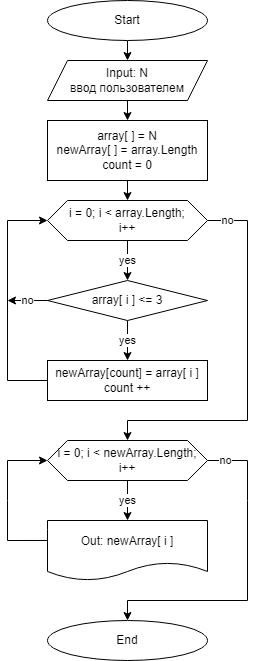
Before: BlockDiagram.drawio.png, a diagram exported from draw.io (OlgaPopovaHappy/The-result-of-the-first-block). Source tidied: cells renumbered, new cells last; positions are measured from the earlier drawing's top-left corner, leaving out a move shared by most shapes.
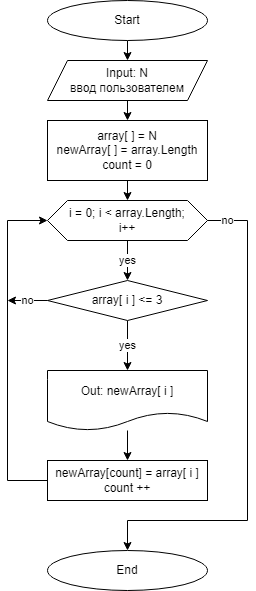
After the commit.

What changed in the source:
```diff
@@ -23,7 +23,7 @@
     <mxCell id="8" value="yes" style="edgeStyle=none;html=1;exitX=0.5;exitY=1;exitDx=0;exitDy=0;" parent="1" edge="1" source="15" target="11">
       <mxGeometry relative="1" as="geometry" />
     </mxCell>
-    <mxCell id="9" value="yes" style="edgeStyle=none;html=1;" parent="1" edge="1" source="11" target="13">
+    <mxCell id="9" value="yes" style="edgeStyle=none;html=1;exitX=0.5;exitY=1;exitDx=0;exitDy=0;entryX=0.5;entryY=0;entryDx=0;entryDy=0;" parent="1" edge="1" source="11" target="20">
       <mxGeometry relative="1" as="geometry" />
     </mxCell>
     <mxCell id="10" value="no" style="edgeStyle=none;html=1;" parent="1" edge="1" source="11">
@@ -37,56 +37,34 @@
     <mxCell id="12" style="edgeStyle=none;html=1;exitX=0;exitY=0.5;exitDx=0;exitDy=0;entryX=0;entryY=0.5;entryDx=0;entryDy=0;rounded=0;" parent="1" edge="1" source="13" target="15">
       <mxGeometry relative="1" as="geometry">
         <Array as="points">
-          <mxPoint y="380" />
+          <mxPoint y="480" />
           <mxPoint y="220" />
         </Array>
       </mxGeometry>
     </mxCell>
     <mxCell id="13" value="newArray[count] = array[ i ]&lt;br&gt;count ++" style="whiteSpace=wrap;html=1;" parent="1" vertex="1">
-      <mxGeometry x="40" y="360" width="160" height="40" as="geometry" />
+      <mxGeometry x="40" y="460" width="160" height="40" as="geometry" />
     </mxCell>
-    <mxCell id="14" value="no" style="edgeStyle=none;html=1;entryX=0.5;entryY=0;entryDx=0;entryDy=0;rounded=0;" parent="1" edge="1" source="15" target="18">
-      <mxGeometry x="-0.89" relative="1" as="geometry">
-        <Array as="points">
-          <mxPoint x="240" y="220" />
-          <mxPoint x="240" y="420" />
-          <mxPoint x="120" y="420" />
-        </Array>
-      </mxGeometry>
-    </mxCell>
     <mxCell id="15" value="&lt;span&gt;i = 0;&amp;nbsp;&lt;/span&gt;i &amp;lt; array.Length;&lt;br&gt;i++" style="shape=hexagon;perimeter=hexagonPerimeter2;whiteSpace=wrap;html=1;fixedSize=1;" parent="1" vertex="1">
       <mxGeometry x="40" y="200" width="160" height="40" as="geometry" />
     </mxCell>
-    <mxCell id="16" value="yes" style="edgeStyle=none;html=1;" parent="1" edge="1" source="18" target="20">
-      <mxGeometry relative="1" as="geometry" />
-    </mxCell>
-    <mxCell id="17" value="no" style="edgeStyle=none;html=1;entryX=0.5;entryY=0;entryDx=0;entryDy=0;rounded=0;" parent="1" edge="1" source="18" target="21">
-      <mxGeometry x="-0.89" relative="1" as="geometry">
-        <Array as="points">
-          <mxPoint x="240" y="460" />
-          <mxPoint x="240" y="500" />
-          <mxPoint x="240" y="600" />
-          <mxPoint x="120" y="600" />
-        </Array>
-      </mxGeometry>
-    </mxCell>
-    <mxCell id="18" value="&lt;span&gt;i = 0;&amp;nbsp;&lt;/span&gt;i &amp;lt; newArray.Length;&lt;br&gt;i++" style="shape=hexagon;perimeter=hexagonPerimeter2;whiteSpace=wrap;html=1;fixedSize=1;" parent="1" vertex="1">
-      <mxGeometry x="40" y="440" width="160" height="40" as="geometry" />
-    </mxCell>
-    <mxCell id="19" style="edgeStyle=none;html=1;entryX=0;entryY=0.5;entryDx=0;entryDy=0;exitX=0;exitY=0.333;exitDx=0;exitDy=0;exitPerimeter=0;rounded=0;" parent="1" edge="1" source="20" target="18">
-      <mxGeometry relative="1" as="geometry">
-        <Array as="points">
-          <mxPoint y="540" />
-          <mxPoint y="500" />
-          <mxPoint y="460" />
-        </Array>
-      </mxGeometry>
-    </mxCell>
+    <mxCell id="21" value="End" style="ellipse;whiteSpace=wrap;html=1;" parent="1" vertex="1">
+      <mxGeometry x="40" y="550" width="160" height="40" as="geometry" />
+    </mxCell>
+    <mxCell id="22" style="edgeStyle=none;html=1;" parent="1" edge="1" source="20" target="13">
+      <mxGeometry relative="1" as="geometry" />
+    </mxCell>
     <mxCell id="20" value="Out: newArray[ i ]" style="shape=document;whiteSpace=wrap;html=1;boundedLbl=1;" parent="1" vertex="1">
-      <mxGeometry x="40" y="520" width="160" height="60" as="geometry" />
+      <mxGeometry x="40" y="370" width="160" height="60" as="geometry" />
     </mxCell>
-    <mxCell id="21" value="End" style="ellipse;whiteSpace=wrap;html=1;" parent="1" vertex="1">
-      <mxGeometry x="40" y="620" width="160" height="40" as="geometry" />
-    </mxCell>
+    <mxCell id="23" value="no" style="edgeStyle=none;html=1;exitX=1;exitY=0.5;exitDx=0;exitDy=0;entryX=0.5;entryY=0;entryDx=0;entryDy=0;rounded=0;" parent="1" edge="1" source="15" target="21">
+      <mxGeometry x="-0.92" relative="1" as="geometry">
+        <Array as="points">
+          <mxPoint x="240" y="220" />
+          <mxPoint x="240" y="520" />
+          <mxPoint x="120" y="520" />
+        </Array>
+      </mxGeometry>
+    </mxCell>
   </root>
 </mxGraphModel>
```
